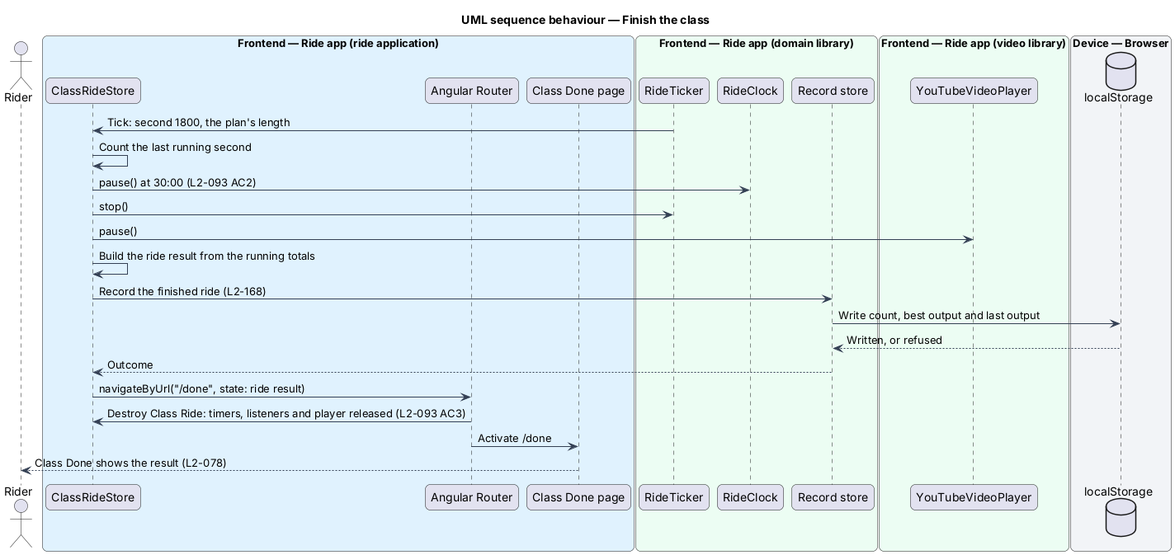
Earlier version of the PlantUML export docs/detailed-designs/class-ride/pause-leave-or-finish-the-class/diagrams/sequence-finish-the-class.png (QuinntyneBrown/ride-one).
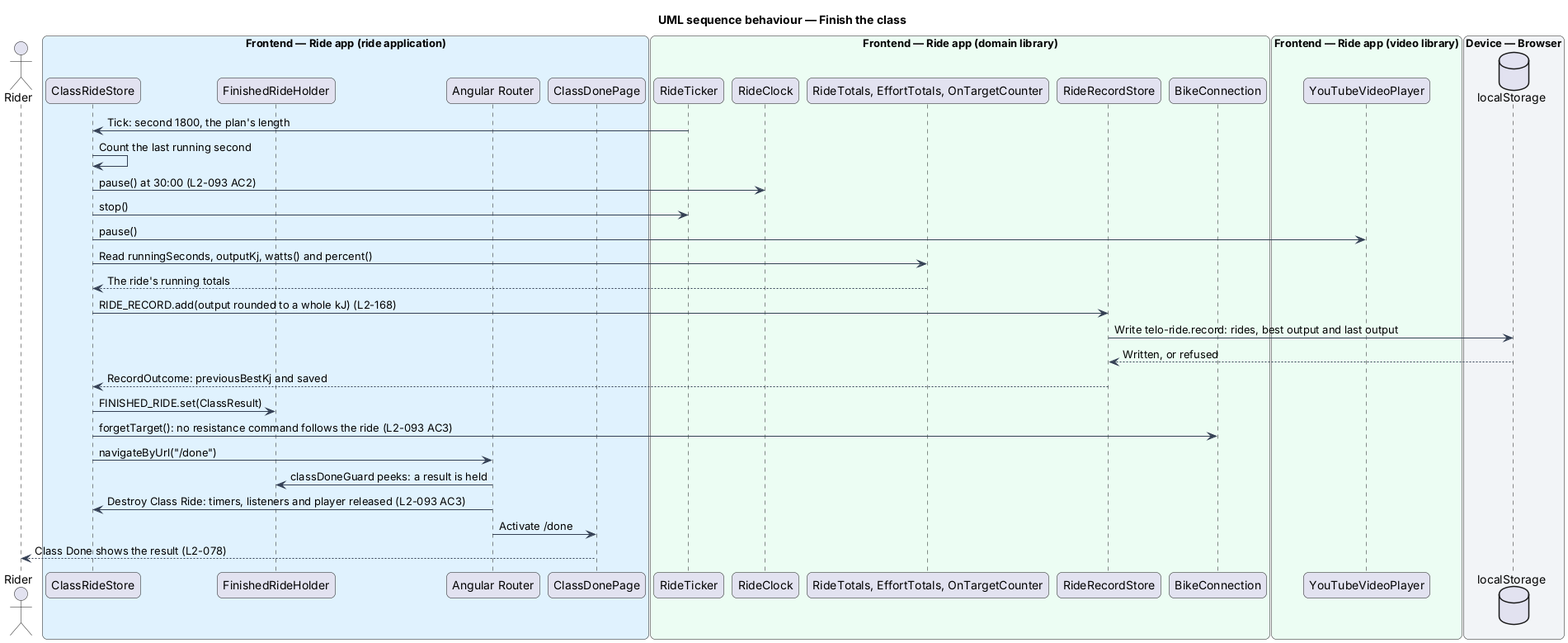
The same file after the commit.

The edit, as a diff of the source:
```diff
@@ -17,13 +17,16 @@
 actor "Rider" as rider
 box "Frontend — Ride app (ride application)" #E0F2FE
   participant "ClassRideStore" as store
+  participant "FinishedRideHolder" as holder
   participant "Angular Router" as router
-  participant "Class Done page" as done
+  participant "ClassDonePage" as done
 end box
 box "Frontend — Ride app (domain library)" #ECFDF3
   participant "RideTicker" as ticker
   participant "RideClock" as clock
-  participant "Record store" as record
+  participant "RideTotals, EffortTotals, OnTargetCounter" as totals
+  participant "RideRecordStore" as record
+  participant "BikeConnection" as conn
 end box
 box "Frontend — Ride app (video library)" #ECFDF3
   participant "YouTubeVideoPlayer" as player
@@ -36,12 +39,16 @@
 store -> clock : pause() at 30:00 (L2-093 AC2)
 store -> ticker : stop()
 store -> player : pause()
-store -> store : Build the ride result from the running totals
-store -> record : Record the finished ride (L2-168)
-record -> ls : Write count, best output and last output
+store -> totals : Read runningSeconds, outputKj, watts() and percent()
+totals --> store : The ride's running totals
+store -> record : RIDE_RECORD.add(output rounded to a whole kJ) (L2-168)
+record -> ls : Write telo-ride.record: rides, best output and last output
 ls --> record : Written, or refused
-record --> store : Outcome
-store -> router : navigateByUrl("/done", state: ride result)
+record --> store : RecordOutcome: previousBestKj and saved
+store -> holder : FINISHED_RIDE.set(ClassResult)
+store -> conn : forgetTarget(): no resistance command follows the ride (L2-093 AC3)
+store -> router : navigateByUrl("/done")
+router -> holder : classDoneGuard peeks: a result is held
 router -> store : Destroy Class Ride: timers, listeners and player released (L2-093 AC3)
 router -> done : Activate /done
 done --> rider : Class Done shows the result (L2-078)
```
